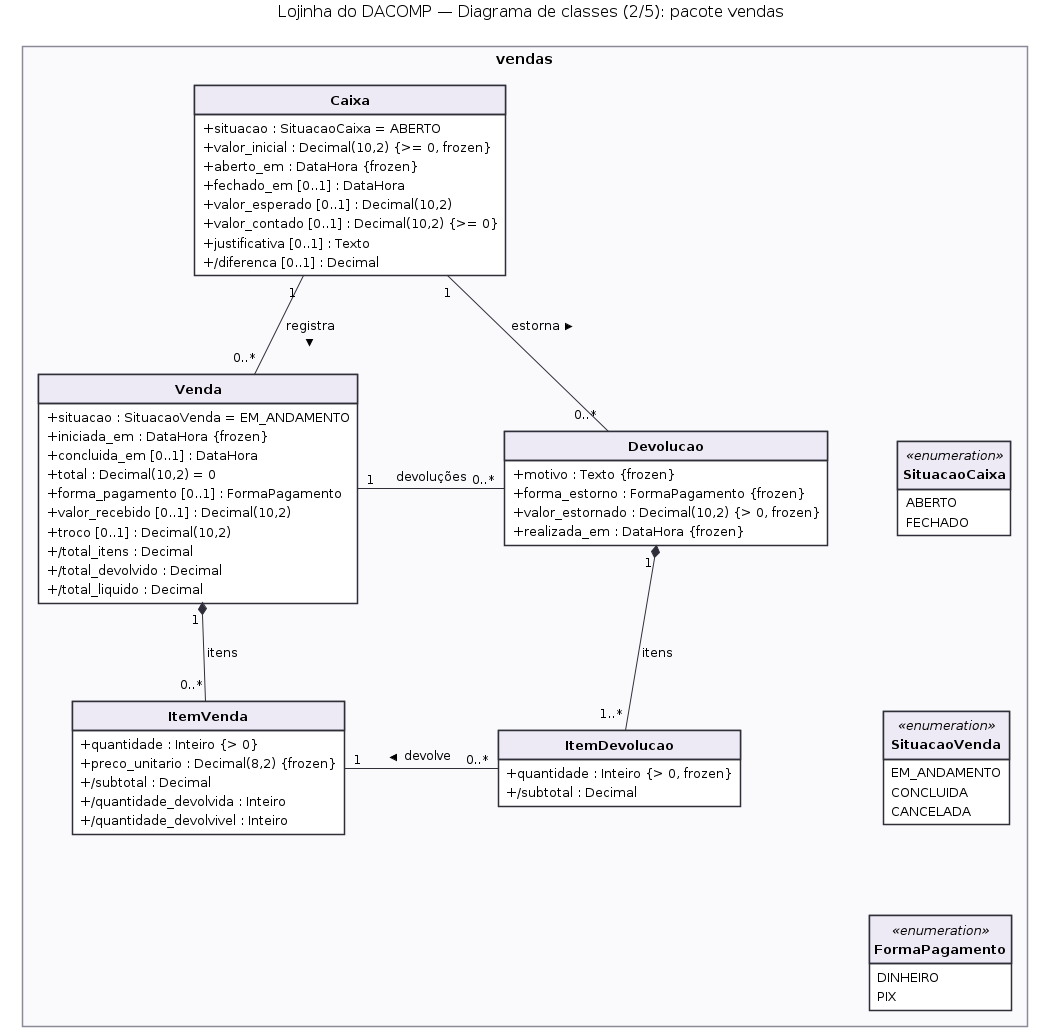
Above: docs/diagramas/classes-2-vendas.png in PedroGasparetto/sistema-dacomp (PlantUML), before the change. Its source is kept beside it as docs/diagramas/classes-2-vendas.puml. Its diagram source:
```plantuml
@startuml classes-2-vendas
!include estilo.iuml

title Lojinha do DACOMP — Diagrama de classes (2/5): pacote vendas

package "vendas" {
  class Caixa {
    + situacao : SituacaoCaixa = ABERTO
    {field} + valor_inicial : Decimal(10,2) {>= 0, frozen}
    + aberto_em : DataHora {frozen}
    + fechado_em [0..1] : DataHora
    {field} + valor_esperado [0..1] : Decimal(10,2)
    {field} + valor_contado [0..1] : Decimal(10,2) {>= 0}
    + justificativa [0..1] : Texto
    + /diferenca [0..1] : Decimal
  }

  class Venda {
    + situacao : SituacaoVenda = EM_ANDAMENTO
    + iniciada_em : DataHora {frozen}
    + concluida_em [0..1] : DataHora
    {field} + total : Decimal(10,2) = 0
    + forma_pagamento [0..1] : FormaPagamento
    {field} + valor_recebido [0..1] : Decimal(10,2)
    {field} + troco [0..1] : Decimal(10,2)
    + /total_itens : Decimal
    + /total_devolvido : Decimal
    + /total_liquido : Decimal
  }

  class ItemVenda {
    + quantidade : Inteiro {> 0}
    {field} + preco_unitario : Decimal(8,2) {frozen}
    + /subtotal : Decimal
    + /quantidade_devolvida : Inteiro
    + /quantidade_devolvivel : Inteiro
  }

  class Devolucao {
    + motivo : Texto {frozen}
    + forma_estorno : FormaPagamento {frozen}
    {field} + valor_estornado : Decimal(10,2) {> 0, frozen}
    + realizada_em : DataHora {frozen}
  }

  class ItemDevolucao {
    + quantidade : Inteiro {> 0, frozen}
    + /subtotal : Decimal
  }

  enum SituacaoCaixa <<enumeration>> {
    ABERTO
    FECHADO
  }
  enum SituacaoVenda <<enumeration>> {
    EM_ANDAMENTO
    CONCLUIDA
    CANCELADA
  }
  enum FormaPagamento <<enumeration>> {
    DINHEIRO
    PIX
  }
}

Caixa "1" -right- "0..*" Venda : registra >
Venda "1" -right- "0..*" Devolucao : devoluções
Venda "1" *-down- "0..*" ItemVenda : itens
Devolucao "1" *-down- "1..*" ItemDevolucao : itens
ItemDevolucao "0..*" -left- "1" ItemVenda : devolve >
Caixa "1" -- "0..*" Devolucao : estorna >

SituacaoCaixa -[hidden]down- SituacaoVenda
SituacaoVenda -[hidden]down- FormaPagamento
Devolucao -[hidden]right- SituacaoCaixa

@enduml
```
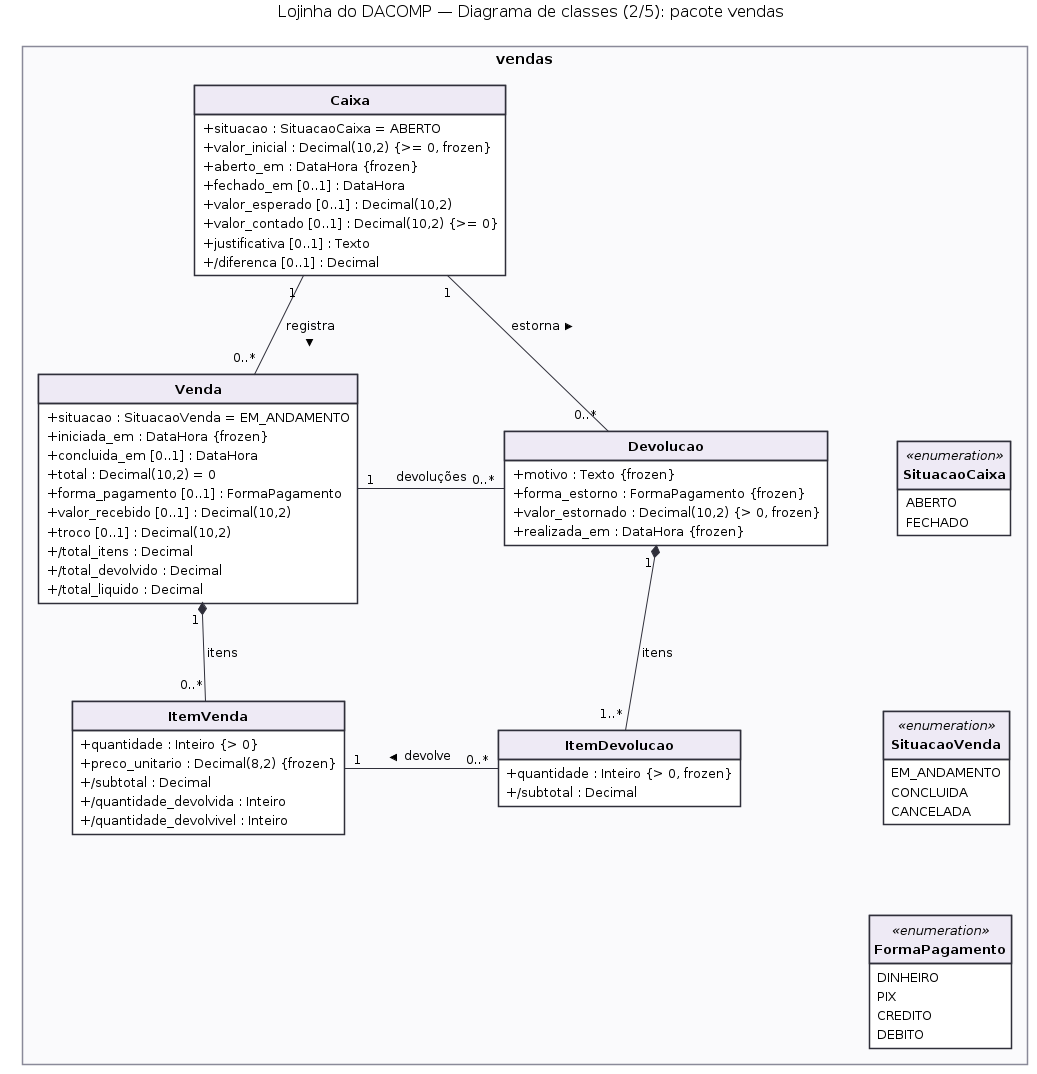
Later version of the same file.

Commit message:
Inclui crédito e débito em FormaPagamento no diagrama de classes

Claude-Session: https://claude.ai/code/session_01PfvwMDMALDtyiAoHVTcGmU

Change to the diagram source:
```diff
@@ -60,6 +60,8 @@
   enum FormaPagamento <<enumeration>> {
     DINHEIRO
     PIX
+    CREDITO
+    DEBITO
   }
 }
 
```
